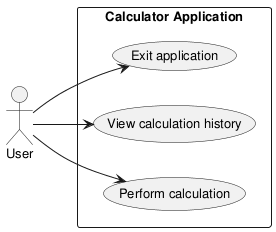
This is experiments/pipeline/structured_text/calculator/artifacts/use_case_diagram.png from DanielRiha8906/Software_autoevolution_using_agents, a PlantUML export, as it was before one commit. The source it was exported from:
```plantuml
@startuml use_case_diagram

skinparam defaultFontSize 13

left to right direction

actor User

rectangle "Calculator Application" {
    usecase "Perform calculation" as UC_Calc
    usecase "View calculation history" as UC_History
    usecase "Exit application" as UC_Exit

}

User --> UC_Calc
User --> UC_History
User --> UC_Exit

@enduml
```
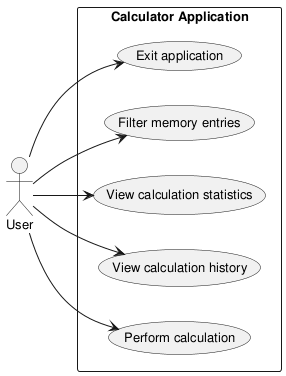
The same file after the commit.

What changed in the source:
```diff
@@ -9,12 +9,16 @@
 rectangle "Calculator Application" {
     usecase "Perform calculation" as UC_Calc
     usecase "View calculation history" as UC_History
+    usecase "View calculation statistics" as UC_Stats
+    usecase "Filter memory entries" as UC_Filter
     usecase "Exit application" as UC_Exit
 
 }
 
 User --> UC_Calc
 User --> UC_History
+User --> UC_Stats
+User --> UC_Filter
 User --> UC_Exit
 
 @enduml
```
